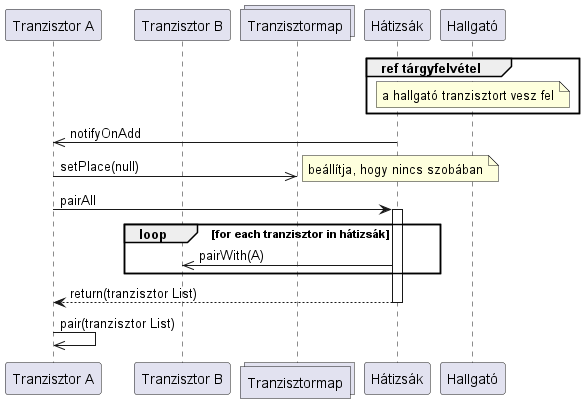
Before: out/diagramms/src/teleport/pair.png, a diagram exported from PlantUML (kipolaris/skyrimscriptsuttogok). Source of this version:
```plantuml
@startuml pair
Participant "Tranzisztor A" as tranz1
participant "Tranzisztor B" as tranz2
collections "Tranzisztormap" as map
participant Hátizsák as hát
participant Hallgató as h

group ref tárgyfelvétel
    note over h : a hallgató tranzisztort vesz fel
end

hát->>tranz1 : notifyOnAdd
tranz1->>map : setPlace(null)
note right : beállítja, hogy nincs szobában

tranz1->hát ++: pairAll
loop for each tranzisztor in hátizsák
    hát->>tranz2 : pairWith(A)
end
hát-->tranz1 --: return(tranzisztor List)
tranz1->>tranz1 : pair(tranzisztor List)

@enduml
```
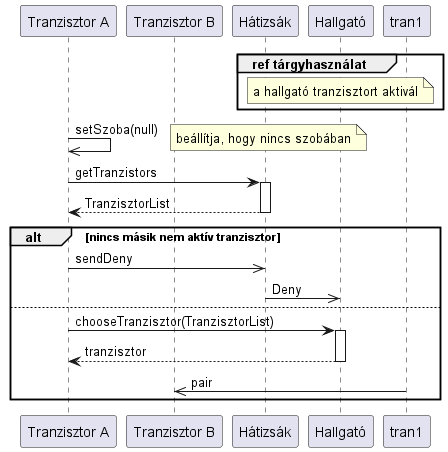
The same diagram one commit later.

The edit, as a diff of the source:
```diff
@@ -1,23 +1,28 @@
 @startuml pair
 Participant "Tranzisztor A" as tranz1
 participant "Tranzisztor B" as tranz2
-collections "Tranzisztormap" as map
 participant Hátizsák as hát
 participant Hallgató as h
 
-group ref tárgyfelvétel
-    note over h : a hallgató tranzisztort vesz fel
+group ref tárgyhasználat
+    note over h : a hallgató tranzisztort aktivál
 end
 
-hát->>tranz1 : notifyOnAdd
-tranz1->>map : setPlace(null)
+tranz1->>tranz1 : setSzoba(null)
 note right : beállítja, hogy nincs szobában
 
-tranz1->hát ++: pairAll
-loop for each tranzisztor in hátizsák
-    hát->>tranz2 : pairWith(A)
+tranz1->hát ++: getTranzistors
+return TranzisztorList
+
+
+alt nincs másik nem aktív tranzisztor
+    tranz1->>hát : sendDeny
+    hát->>h : Deny
+else
+    tranz1->h ++: chooseTranzisztor(TranzisztorList)
+    return tranzisztor
+
+    tran1->>tranz2 : pair
 end
-hát-->tranz1 --: return(tranzisztor List)
-tranz1->>tranz1 : pair(tranzisztor List)
 
 @enduml
```
